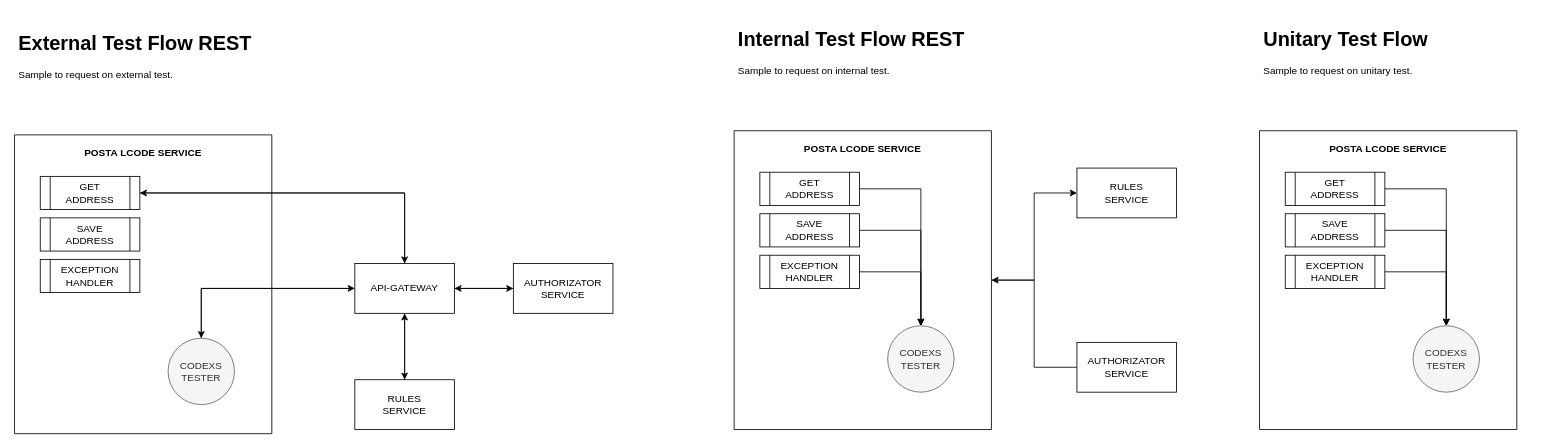
Above: page "Generic" (1 of 3) of src/data/midias/codexstester-diagram-flow.drawio in huntercodexs/codexstester (draw.io), before the change. Source tidied: cells renumbered, new cells numbered last; positions are measured from the earlier drawing's top-left corner, leaving out a move shared by most shapes. Both pictures are drawn from the tidied source at 83%, with x=0, y=0 at pixel (14, 22).
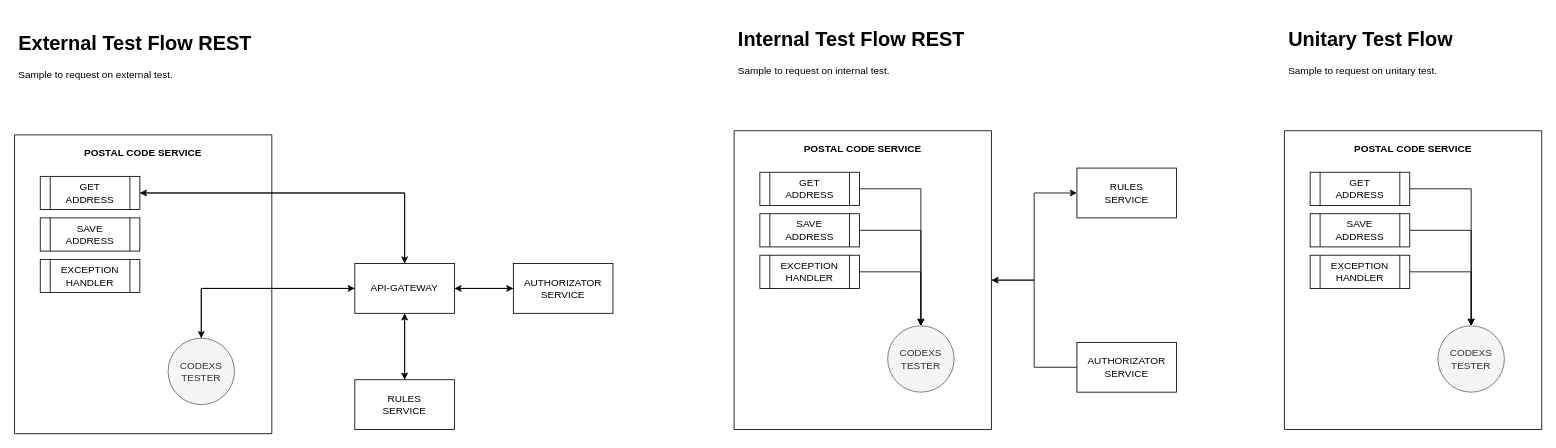
The same diagram, later.

The edit, as a diff of the source:
```diff
@@
-    <mxCell id="12" value="&#10;&#10;&#10;POSTA LCODE SERVICE" style="swimlane;startSize=0;" parent="1" vertex="1">
+    <mxCell id="12" value="&#10;&#10;&#10;POSTAL CODE SERVICE" style="swimlane;startSize=0;" parent="1" vertex="1">
       <mxGeometry y="135" width="310" height="360" as="geometry" />
     </mxCell>
@@
-    <mxCell id="23" value="&#10;&#10;&#10;POSTA LCODE SERVICE" style="swimlane;startSize=0;" parent="1" vertex="1">
+    <mxCell id="23" value="&#10;&#10;&#10;POSTAL CODE SERVICE" style="swimlane;startSize=0;" parent="1" vertex="1">
       <mxGeometry x="867" y="130" width="310" height="360" as="geometry" />
     </mxCell>
@@
-    <mxCell id="32" value="&#10;&#10;&#10;POSTA LCODE SERVICE" style="swimlane;startSize=0;" parent="1" vertex="1">
-      <mxGeometry x="1500" y="130" width="310" height="360" as="geometry" />
+    <mxCell id="32" value="&#10;&#10;&#10;POSTAL CODE SERVICE" style="swimlane;startSize=0;" parent="1" vertex="1">
+      <mxGeometry x="1530" y="130" width="310" height="360" as="geometry" />
     </mxCell>
@@
     <mxCell id="40" value="&lt;h1&gt;Unitary Test Flow&lt;br&gt;&lt;/h1&gt;&lt;p&gt;Sample to request on unitary test.&lt;/p&gt;" style="text;html=1;strokeColor=none;fillColor=none;spacing=5;spacingTop=-20;whiteSpace=wrap;overflow=hidden;rounded=0;" parent="1" vertex="1">
-      <mxGeometry x="1500" width="310" height="80" as="geometry" />
+      <mxGeometry x="1530" width="310" height="80" as="geometry" />
     </mxCell>
```
